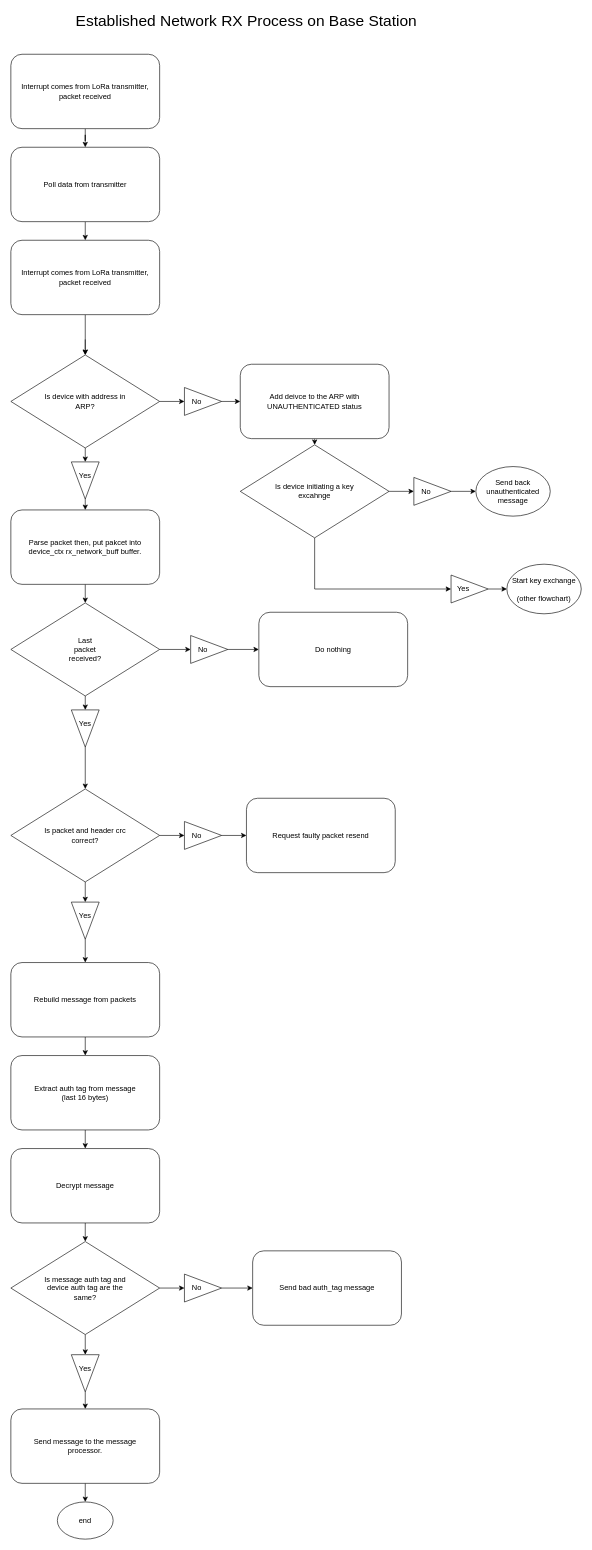
Earlier version of the draw.io diagram Docs/Untitled Diagram.drawio (Gepsonka/TDK). Source tidied: cells renumbered, new cells numbered last; positions are measured from the earlier drawing's top-left corner, leaving out a move shared by most shapes. Both pictures are drawn from the tidied source at 62%, with x=0, y=0 at pixel (11, 11).
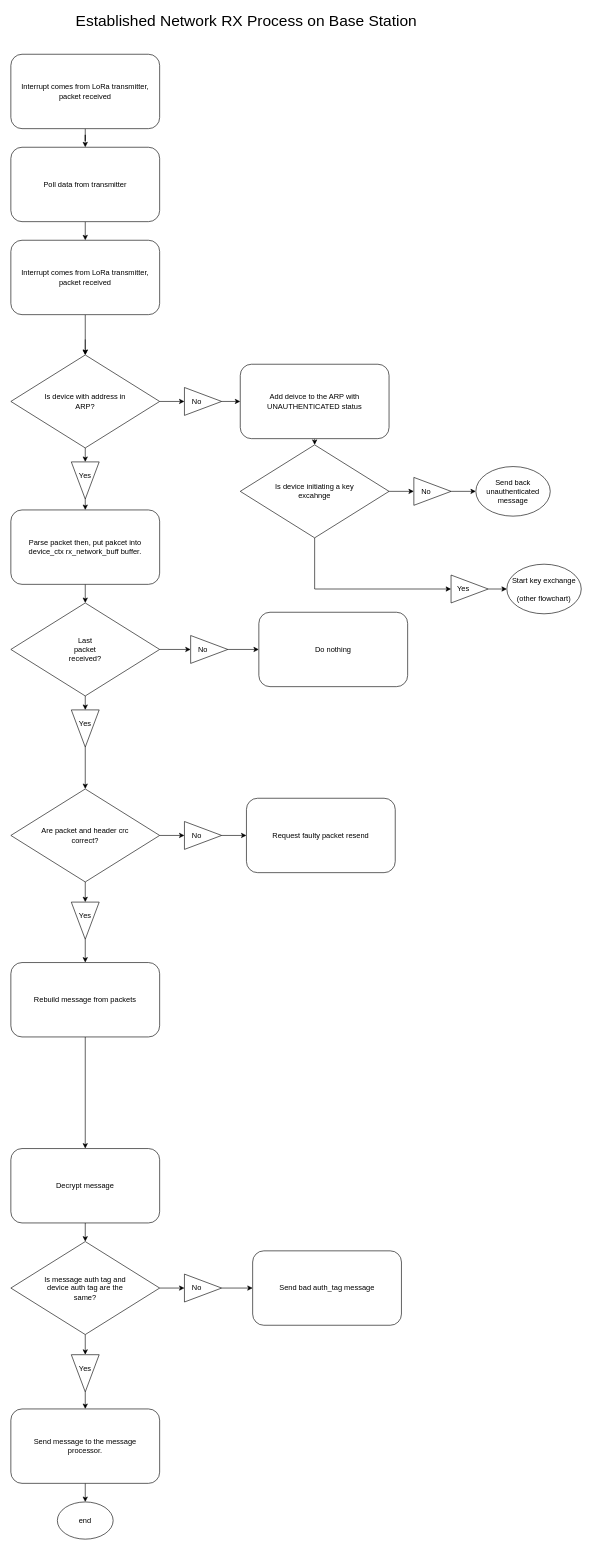
The same diagram, later.

The change refers to these unchanged cells:
```xml
<mxCell id="26" style="rounded=1;whiteSpace=wrap;html=1;fontSize=25;" parent="1" vertex="1">
  <mxGeometry y="1535" width="240" height="120" as="geometry" />
</mxCell>
<mxCell id="48" style="rounded=1;whiteSpace=wrap;html=1;fontSize=25;" parent="1" vertex="1">
  <mxGeometry y="1835" width="240" height="120" as="geometry" />
</mxCell>
```

What changed in the source:
```diff
@@
-    <mxCell id="25" style="edgeStyle=orthogonalEdgeStyle;rounded=0;jettySize=auto;html=1;exitX=0.5;exitY=1;exitDx=0;exitDy=0;entryX=0.5;entryY=0;entryDx=0;entryDy=0;fontSize=12;" parent="1" edge="1" source="26" target="45">
+    <mxCell id="25" style="edgeStyle=orthogonalEdgeStyle;rounded=0;jettySize=auto;html=1;exitX=0.5;exitY=1;exitDx=0;exitDy=0;fontSize=12;entryX=0.5;entryY=0;entryDx=0;entryDy=0;" parent="1" edge="1" source="26" target="48">
       <mxGeometry relative="1" as="geometry" />
     </mxCell>
@@
-    <mxCell id="44" style="edgeStyle=orthogonalEdgeStyle;rounded=0;jettySize=auto;html=1;exitX=0.5;exitY=1;exitDx=0;exitDy=0;entryX=0.5;entryY=0;entryDx=0;entryDy=0;fontSize=12;" parent="1" edge="1" source="45" target="48">
-      <mxGeometry relative="1" as="geometry" />
-    </mxCell>
-    <mxCell id="45" style="rounded=1;whiteSpace=wrap;html=1;fontSize=25;" parent="1" vertex="1">
-      <mxGeometry y="1685" width="240" height="120" as="geometry" />
-    </mxCell>
-    <mxCell id="46" value="&lt;div&gt;Extract auth tag from message&lt;/div&gt;&lt;div&gt;(last 16 bytes)&lt;br&gt;&lt;/div&gt;" style="text;html=1;strokeColor=none;fillColor=none;align=center;verticalAlign=middle;whiteSpace=wrap;rounded=0;fontSize=12;" parent="1" vertex="1">
-      <mxGeometry x="10" y="1695" width="220" height="100" as="geometry" />
-    </mxCell>
@@
-    <mxCell id="70" value="Is packet and header crc correct?" style="text;html=1;strokeColor=none;fillColor=none;align=center;verticalAlign=middle;whiteSpace=wrap;rounded=0;fontSize=12;" parent="1" vertex="1">
+    <mxCell id="70" value="Are packet and header crc correct?" style="text;html=1;strokeColor=none;fillColor=none;align=center;verticalAlign=middle;whiteSpace=wrap;rounded=0;fontSize=12;" parent="1" vertex="1">
       <mxGeometry x="40" y="1315" width="160" height="30" as="geometry" />
     </mxCell>
```
